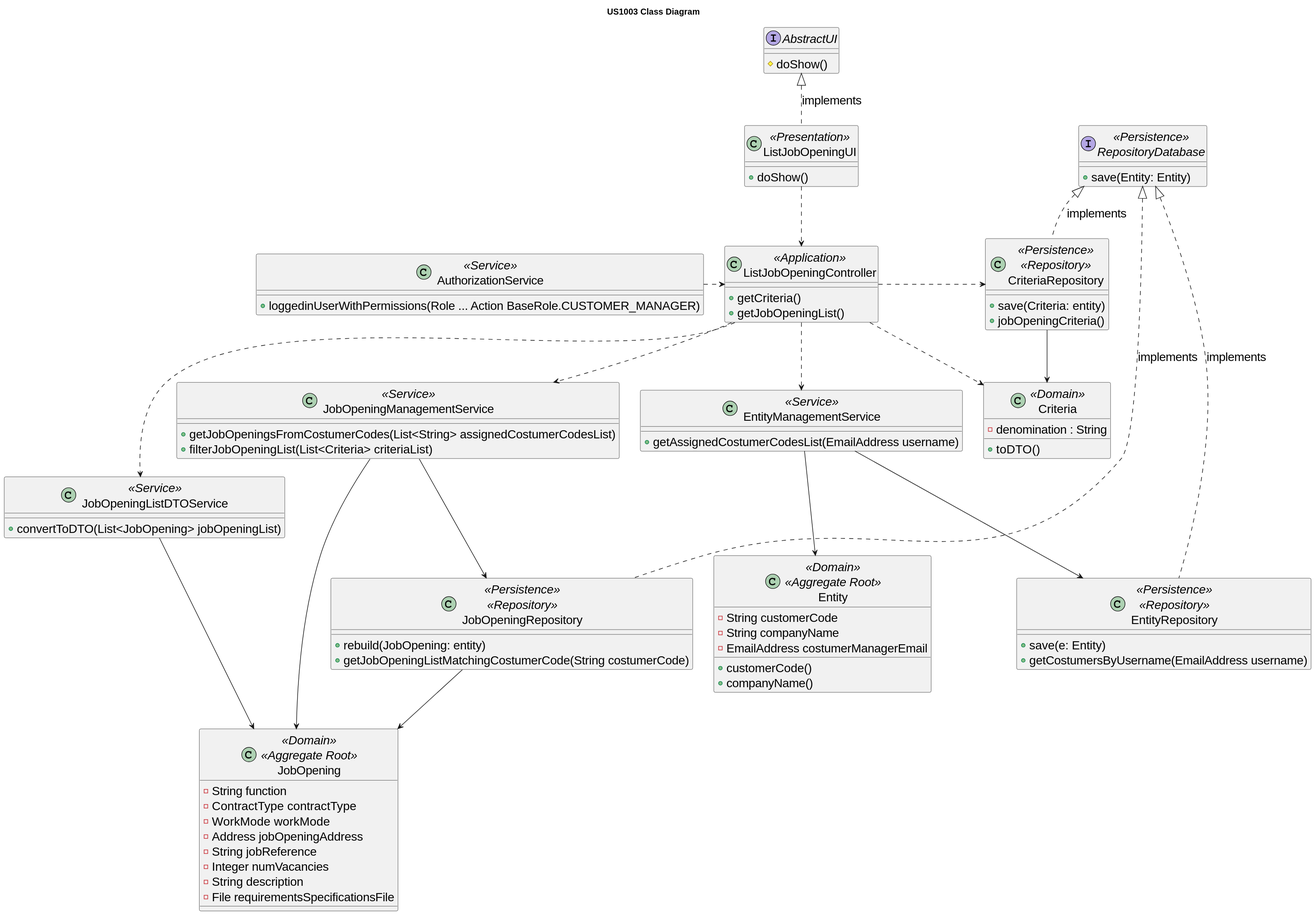
Before: docs/sb_us_1003/US1003_Class_Diagram/US1003_class_diagram.svg, a diagram exported from PlantUML (rita-barbosa/LAPR4-2324).
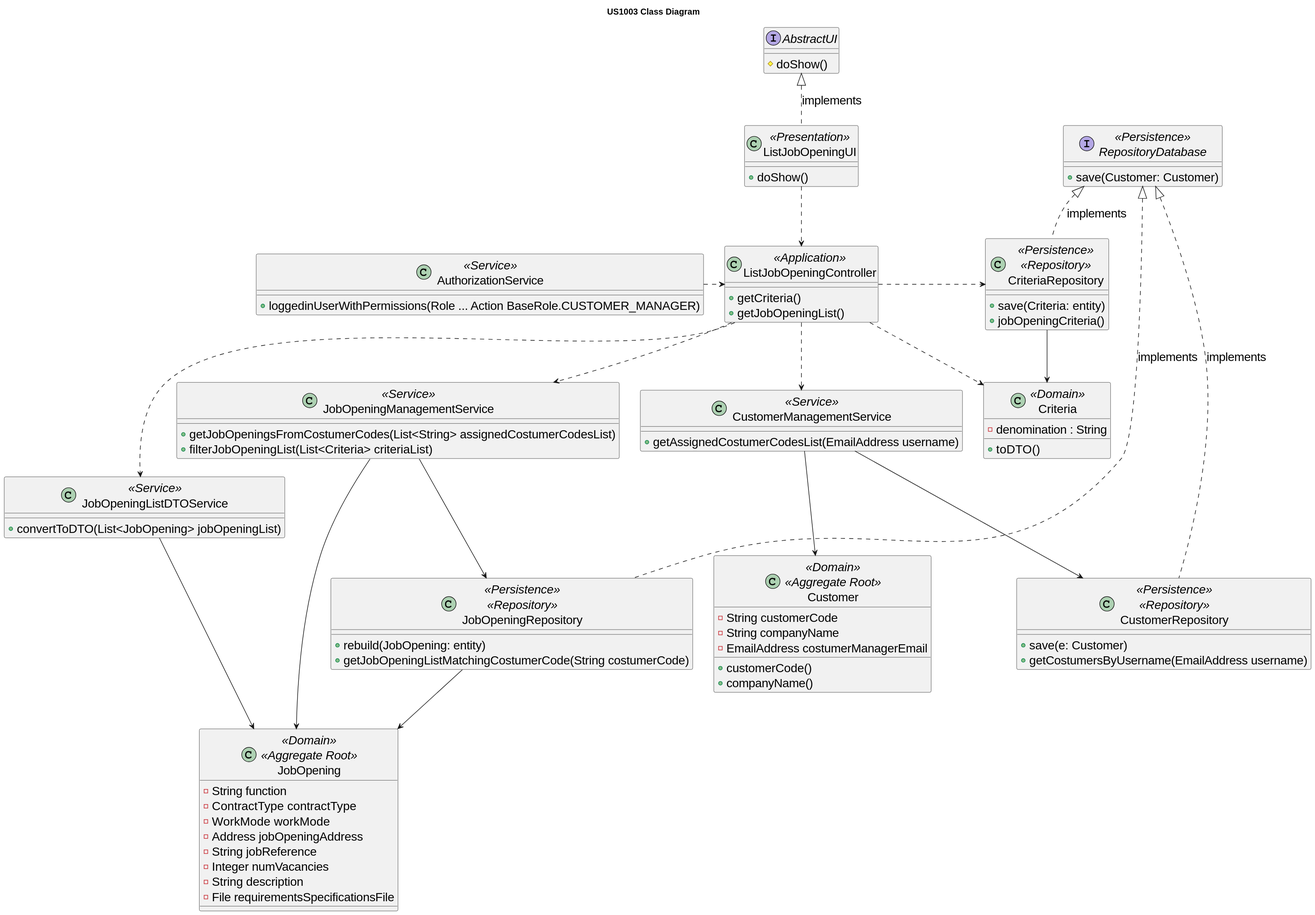
After the commit.

Diff of the diagram source:
```diff
@@ -7,11 +7,11 @@
 # doShow()
 }
 
-class EntityManagementService <<Service>> {
+class CustomerManagementService <<Service>> {
 + getAssignedCostumerCodesList(EmailAddress username)
 }
 
-class Entity <<Domain>> <<Aggregate Root>> {
+class Customer <<Domain>> <<Aggregate Root>> {
 - String customerCode
 - String companyName
 - EmailAddress costumerManagerEmail
@@ -67,25 +67,25 @@
 + jobOpeningCriteria()
 }
 
-class EntityRepository  <<Persistence>> <<Repository>>  {
-+ save(e: Entity)
+class CustomerRepository  <<Persistence>> <<Repository>>  {
++ save(e: Customer)
 + getCostumersByUsername(EmailAddress username)
 }
 
 interface RepositoryDatabase <<Persistence>> {
-+ save(Entity: Entity)
++ save(Customer: Customer)
 }
 
 
 ListJobOpeningUI ..> ListJobOpeningController
 ListJobOpeningController .> CriteriaRepository
 ListJobOpeningController .> Criteria
-ListJobOpeningController ..> EntityManagementService
+ListJobOpeningController ..> CustomerManagementService
 ListJobOpeningController ..> JobOpeningManagementService
 ListJobOpeningController ..> JobOpeningListDTOService
 
-EntityManagementService -down-> EntityRepository
-EntityManagementService --> Entity
+CustomerManagementService -down-> CustomerRepository
+CustomerManagementService --> Customer
 JobOpeningManagementService --> JobOpeningRepository
 JobOpeningManagementService --> JobOpening
 JobOpeningListDTOService --> JobOpening
@@ -96,7 +96,7 @@
 
 RepositoryDatabase <|.. JobOpeningRepository : implements
 RepositoryDatabase <|.. CriteriaRepository : implements
-RepositoryDatabase <|.. EntityRepository : implements
+RepositoryDatabase <|.. CustomerRepository : implements
 
 AbstractUI <|.. ListJobOpeningUI : implements
 
```
